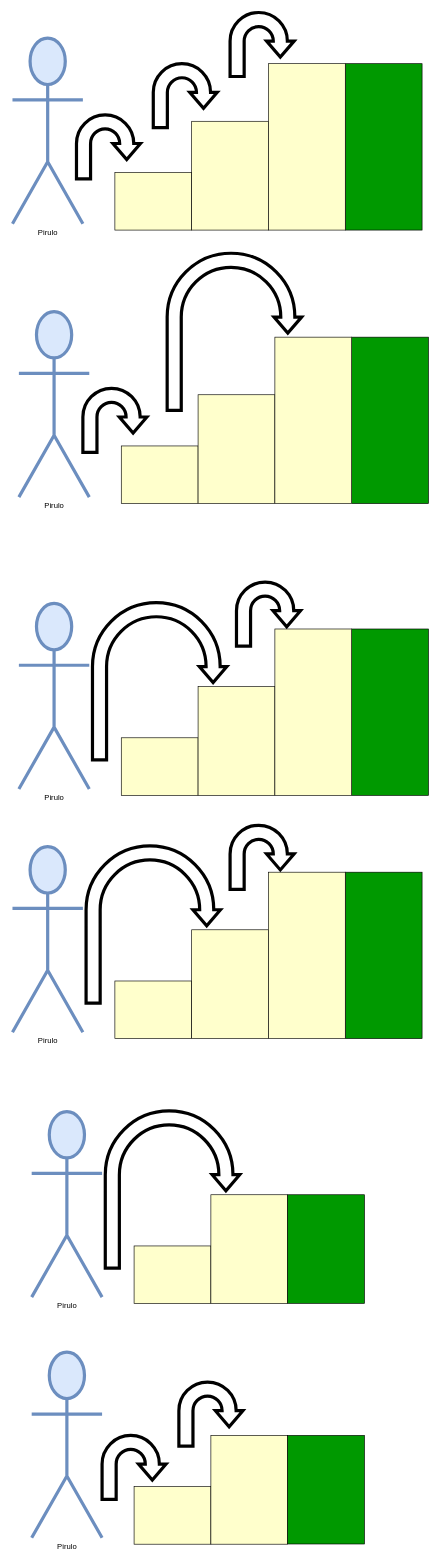
Above: diagrams/stair1s.drawio in Pablushka/code_challenges (draw.io), before the change. Source tidied: cells renumbered, new cells numbered last; positions are measured from the earlier drawing's top-left corner, leaving out a move shared by most shapes. Both pictures are drawn from the tidied source at 64%, with x=0, y=0 at pixel (12, 12).
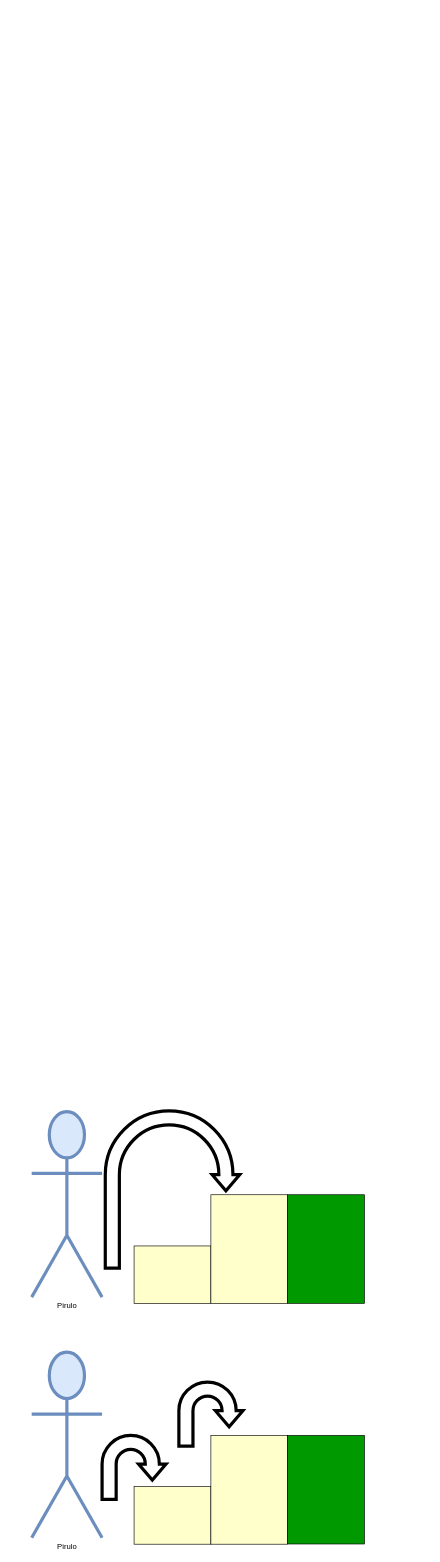
Above is the later version.

Diff of the diagram source:
```diff
@@
-    <mxCell id="2" style="rounded=0;whiteSpace=wrap;html=1;fillColor=#FFFFCC;" parent="1" vertex="1">
-      <mxGeometry x="160" y="250" width="120" height="90" as="geometry" />
-    </mxCell>
-    <mxCell id="3" style="rounded=0;whiteSpace=wrap;html=1;fillColor=#FFFFCC;" parent="1" vertex="1">
-      <mxGeometry x="280" y="170" width="120" height="170" as="geometry" />
-    </mxCell>
-    <mxCell id="4" style="rounded=0;whiteSpace=wrap;html=1;fillColor=#009900;" parent="1" vertex="1">
-      <mxGeometry x="520" y="80" width="120" height="260" as="geometry" />
-    </mxCell>
-    <mxCell id="5" value="Pirulo" style="shape=umlActor;verticalLabelPosition=bottom;verticalAlign=top;html=1;fillColor=#dae8fc;strokeColor=#6c8ebf;strokeWidth=5;" parent="1" vertex="1">
-      <mxGeometry y="40" width="110" height="290" as="geometry" />
-    </mxCell>
-    <mxCell id="6" style="rounded=0;whiteSpace=wrap;html=1;fillColor=#FFFFCC;" parent="1" vertex="1">
-      <mxGeometry x="400" y="80" width="120" height="260" as="geometry" />
-    </mxCell>
-    <mxCell id="7" style="html=1;shadow=0;dashed=0;align=center;verticalAlign=middle;shape=mxgraph.arrows2.uTurnArrow;dy=11;arrowHead=43;dx2=25;strokeWidth=5;rotation=90;" parent="1" vertex="1">
-      <mxGeometry x="100" y="160" width="100" height="100" as="geometry" />
-    </mxCell>
-    <mxCell id="8" style="html=1;shadow=0;dashed=0;align=center;verticalAlign=middle;shape=mxgraph.arrows2.uTurnArrow;dy=11;arrowHead=43;dx2=25;strokeWidth=5;rotation=90;" parent="1" vertex="1">
-      <mxGeometry x="220" y="80" width="100" height="100" as="geometry" />
-    </mxCell>
-    <mxCell id="9" style="html=1;shadow=0;dashed=0;align=center;verticalAlign=middle;shape=mxgraph.arrows2.uTurnArrow;dy=11;arrowHead=43;dx2=25;strokeWidth=5;rotation=90;" parent="1" vertex="1">
-      <mxGeometry x="340" width="100" height="100" as="geometry" />
-    </mxCell>
-    <mxCell id="10" style="rounded=0;whiteSpace=wrap;html=1;fillColor=#FFFFCC;" parent="1" vertex="1">
-      <mxGeometry x="170" y="677.3" width="120" height="90" as="geometry" />
-    </mxCell>
-    <mxCell id="11" style="rounded=0;whiteSpace=wrap;html=1;fillColor=#FFFFCC;" parent="1" vertex="1">
-      <mxGeometry x="290" y="597.3" width="120" height="170" as="geometry" />
-    </mxCell>
-    <mxCell id="12" style="rounded=0;whiteSpace=wrap;html=1;fillColor=#009900;" parent="1" vertex="1">
-      <mxGeometry x="530" y="507.3" width="120" height="260" as="geometry" />
-    </mxCell>
-    <mxCell id="13" value="Pirulo" style="shape=umlActor;verticalLabelPosition=bottom;verticalAlign=top;html=1;fillColor=#dae8fc;strokeColor=#6c8ebf;strokeWidth=5;" parent="1" vertex="1">
-      <mxGeometry x="10" y="467.3" width="110" height="290" as="geometry" />
-    </mxCell>
-    <mxCell id="14" style="rounded=0;whiteSpace=wrap;html=1;fillColor=#FFFFCC;" parent="1" vertex="1">
-      <mxGeometry x="410" y="507.3" width="120" height="260" as="geometry" />
-    </mxCell>
-    <mxCell id="15" style="html=1;shadow=0;dashed=0;align=center;verticalAlign=middle;shape=mxgraph.arrows2.uTurnArrow;dy=11;arrowHead=43;dx2=25;strokeWidth=5;rotation=90;" parent="1" vertex="1">
-      <mxGeometry x="110" y="587.3" width="100" height="100" as="geometry" />
-    </mxCell>
-    <mxCell id="16" style="html=1;shadow=0;dashed=0;align=center;verticalAlign=middle;shape=mxgraph.arrows2.uTurnArrow;dy=11;arrowHead=43;dx2=25;strokeWidth=5;rotation=90;" parent="1" vertex="1">
-      <mxGeometry x="223.9" y="394" width="245.6" height="210" as="geometry" />
-    </mxCell>
-    <mxCell id="17" style="rounded=0;whiteSpace=wrap;html=1;fillColor=#FFFFCC;" parent="1" vertex="1">
-      <mxGeometry x="170" y="1133.3" width="120" height="90" as="geometry" />
-    </mxCell>
-    <mxCell id="18" style="rounded=0;whiteSpace=wrap;html=1;fillColor=#FFFFCC;" parent="1" vertex="1">
-      <mxGeometry x="290" y="1053.3" width="120" height="170" as="geometry" />
-    </mxCell>
-    <mxCell id="19" style="rounded=0;whiteSpace=wrap;html=1;fillColor=#009900;" parent="1" vertex="1">
-      <mxGeometry x="530" y="963.3" width="120" height="260" as="geometry" />
-    </mxCell>
-    <mxCell id="20" value="Pirulo" style="shape=umlActor;verticalLabelPosition=bottom;verticalAlign=top;html=1;fillColor=#dae8fc;strokeColor=#6c8ebf;strokeWidth=5;" parent="1" vertex="1">
-      <mxGeometry x="10" y="923.3" width="110" height="290" as="geometry" />
-    </mxCell>
-    <mxCell id="21" style="rounded=0;whiteSpace=wrap;html=1;fillColor=#FFFFCC;" parent="1" vertex="1">
-      <mxGeometry x="410" y="963.3" width="120" height="260" as="geometry" />
-    </mxCell>
-    <mxCell id="22" style="html=1;shadow=0;dashed=0;align=center;verticalAlign=middle;shape=mxgraph.arrows2.uTurnArrow;dy=11;arrowHead=43;dx2=25;strokeWidth=5;rotation=90;" parent="1" vertex="1">
-      <mxGeometry x="350" y="890" width="100" height="100" as="geometry" />
-    </mxCell>
-    <mxCell id="23" style="html=1;shadow=0;dashed=0;align=center;verticalAlign=middle;shape=mxgraph.arrows2.uTurnArrow;dy=11;arrowHead=43;dx2=25;strokeWidth=5;rotation=90;" parent="1" vertex="1">
-      <mxGeometry x="107.2" y="940" width="245.6" height="210" as="geometry" />
-    </mxCell>
-    <mxCell id="24" style="rounded=0;whiteSpace=wrap;html=1;fillColor=#FFFFCC;" parent="1" vertex="1">
-      <mxGeometry x="160" y="1513.3" width="120" height="90" as="geometry" />
-    </mxCell>
-    <mxCell id="25" style="rounded=0;whiteSpace=wrap;html=1;fillColor=#FFFFCC;" parent="1" vertex="1">
-      <mxGeometry x="280" y="1433.3" width="120" height="170" as="geometry" />
-    </mxCell>
-    <mxCell id="26" style="rounded=0;whiteSpace=wrap;html=1;fillColor=#009900;" parent="1" vertex="1">
-      <mxGeometry x="520" y="1343.3" width="120" height="260" as="geometry" />
-    </mxCell>
-    <mxCell id="27" value="Pirulo" style="shape=umlActor;verticalLabelPosition=bottom;verticalAlign=top;html=1;fillColor=#dae8fc;strokeColor=#6c8ebf;strokeWidth=5;" parent="1" vertex="1">
-      <mxGeometry y="1303.3" width="110" height="290" as="geometry" />
-    </mxCell>
-    <mxCell id="28" style="rounded=0;whiteSpace=wrap;html=1;fillColor=#FFFFCC;" parent="1" vertex="1">
-      <mxGeometry x="400" y="1343.3" width="120" height="260" as="geometry" />
-    </mxCell>
-    <mxCell id="29" style="html=1;shadow=0;dashed=0;align=center;verticalAlign=middle;shape=mxgraph.arrows2.uTurnArrow;dy=11;arrowHead=43;dx2=25;strokeWidth=5;rotation=90;" parent="1" vertex="1">
-      <mxGeometry x="340" y="1270" width="100" height="100" as="geometry" />
-    </mxCell>
-    <mxCell id="30" style="html=1;shadow=0;dashed=0;align=center;verticalAlign=middle;shape=mxgraph.arrows2.uTurnArrow;dy=11;arrowHead=43;dx2=25;strokeWidth=5;rotation=90;" parent="1" vertex="1">
-      <mxGeometry x="97.2" y="1320" width="245.6" height="210" as="geometry" />
-    </mxCell>
```
